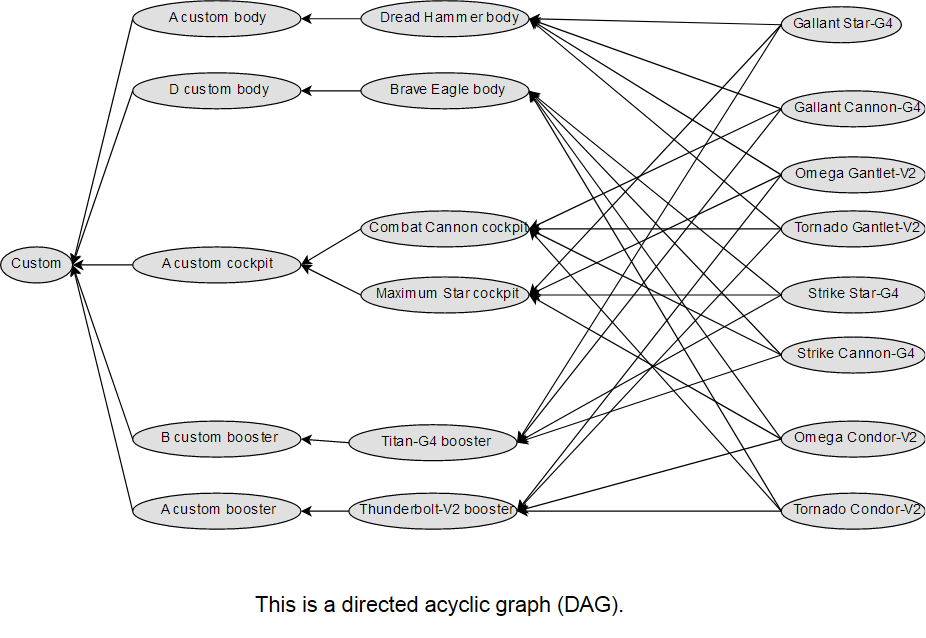
Earlier version of the draw.io export db-diagrams/filters-gx-machines_draw-io.png (JoselleAstrid/fzerocentral-design-docs). Source tidied: cells renumbered, new cells last; positions are measured from the earlier drawing's top-left corner, leaving out a move shared by most shapes. The source it was exported from:
```xml
<mxGraphModel>
  <root>
    <mxCell id="0" />
    <mxCell id="1" parent="0" />
    <mxCell id="2" style="edgeStyle=none;rounded=0;jettySize=auto;html=1;exitX=0;exitY=0.5;exitDx=0;exitDy=0;entryX=1;entryY=0.5;entryDx=0;entryDy=0;" parent="1" edge="1" source="4" target="36">
      <mxGeometry relative="1" as="geometry" />
    </mxCell>
    <mxCell id="3" style="edgeStyle=none;rounded=0;jettySize=auto;html=1;exitX=0;exitY=0.5;exitDx=0;exitDy=0;entryX=1;entryY=0.5;entryDx=0;entryDy=0;" parent="1" edge="1" source="4" target="38">
      <mxGeometry relative="1" as="geometry" />
    </mxCell>
    <mxCell id="4" value="&lt;div&gt;Gallant Star-G4&lt;/div&gt;" style="ellipse;whiteSpace=wrap;html=1;fillColor=#E0E0E0;" parent="1" vertex="1">
      <mxGeometry x="650" y="5" width="100" height="30" as="geometry" />
    </mxCell>
    <mxCell id="5" style="edgeStyle=none;rounded=0;jettySize=auto;html=1;exitX=0;exitY=0.5;exitDx=0;exitDy=0;entryX=1;entryY=0.5;entryDx=0;entryDy=0;" parent="1" edge="1" source="8" target="42">
      <mxGeometry relative="1" as="geometry" />
    </mxCell>
    <mxCell id="6" style="edgeStyle=none;rounded=0;jettySize=auto;html=1;exitX=0;exitY=0.5;exitDx=0;exitDy=0;entryX=1;entryY=0.5;entryDx=0;entryDy=0;" parent="1" edge="1" source="8" target="36">
      <mxGeometry relative="1" as="geometry" />
    </mxCell>
    <mxCell id="7" style="edgeStyle=none;rounded=0;jettySize=auto;html=1;exitX=0;exitY=0.5;exitDx=0;exitDy=0;entryX=1;entryY=0.5;entryDx=0;entryDy=0;" parent="1" edge="1" source="8" target="40">
      <mxGeometry relative="1" as="geometry" />
    </mxCell>
    <mxCell id="8" value="Omega Gantlet-V2" style="ellipse;whiteSpace=wrap;html=1;fillColor=#E0E0E0;" parent="1" vertex="1">
      <mxGeometry x="650" y="130" width="120" height="30" as="geometry" />
    </mxCell>
    <mxCell id="9" style="rounded=0;jettySize=auto;html=1;exitX=0;exitY=0.5;exitDx=0;exitDy=0;entryX=1;entryY=0.5;entryDx=0;entryDy=0;" parent="1" edge="1" source="12" target="42">
      <mxGeometry relative="1" as="geometry" />
    </mxCell>
    <mxCell id="10" style="edgeStyle=none;rounded=0;jettySize=auto;html=1;exitX=0;exitY=0.5;exitDx=0;exitDy=0;entryX=1;entryY=0.5;entryDx=0;entryDy=0;" parent="1" edge="1" source="12" target="34">
      <mxGeometry relative="1" as="geometry" />
    </mxCell>
    <mxCell id="11" style="edgeStyle=none;rounded=0;jettySize=auto;html=1;exitX=0;exitY=0.5;exitDx=0;exitDy=0;entryX=1;entryY=0.5;entryDx=0;entryDy=0;" parent="1" edge="1" source="12" target="38">
      <mxGeometry relative="1" as="geometry" />
    </mxCell>
    <mxCell id="12" value="&lt;div&gt;Gallant Cannon-G4&lt;/div&gt;" style="ellipse;whiteSpace=wrap;html=1;fillColor=#E0E0E0;" parent="1" vertex="1">
      <mxGeometry x="650" y="75" width="120" height="30" as="geometry" />
    </mxCell>
    <mxCell id="13" style="edgeStyle=none;rounded=0;jettySize=auto;html=1;exitX=0;exitY=0.5;exitDx=0;exitDy=0;entryX=1;entryY=0.5;entryDx=0;entryDy=0;" parent="1" edge="1" source="16" target="42">
      <mxGeometry relative="1" as="geometry" />
    </mxCell>
    <mxCell id="14" style="edgeStyle=none;rounded=0;jettySize=auto;html=1;exitX=0;exitY=0.5;exitDx=0;exitDy=0;entryX=1;entryY=0.5;entryDx=0;entryDy=0;" parent="1" edge="1" source="16" target="34">
      <mxGeometry relative="1" as="geometry" />
    </mxCell>
    <mxCell id="15" style="edgeStyle=none;rounded=0;jettySize=auto;html=1;exitX=0;exitY=0.5;exitDx=0;exitDy=0;entryX=1;entryY=0.5;entryDx=0;entryDy=0;" parent="1" edge="1" source="16" target="40">
      <mxGeometry relative="1" as="geometry" />
    </mxCell>
    <mxCell id="16" value="Tornado Gantlet-V2" style="ellipse;whiteSpace=wrap;html=1;fillColor=#E0E0E0;" parent="1" vertex="1">
      <mxGeometry x="650" y="175" width="120" height="30" as="geometry" />
    </mxCell>
    <mxCell id="17" style="edgeStyle=none;rounded=0;jettySize=auto;html=1;exitX=0;exitY=0.5;exitDx=0;exitDy=0;entryX=1;entryY=0.5;entryDx=0;entryDy=0;" parent="1" edge="1" source="20" target="44">
      <mxGeometry relative="1" as="geometry" />
    </mxCell>
    <mxCell id="18" style="edgeStyle=none;rounded=0;jettySize=auto;html=1;exitX=0;exitY=0.5;exitDx=0;exitDy=0;entryX=1;entryY=0.5;entryDx=0;entryDy=0;" parent="1" edge="1" source="20" target="34">
      <mxGeometry relative="1" as="geometry" />
    </mxCell>
    <mxCell id="19" style="edgeStyle=none;rounded=0;jettySize=auto;html=1;exitX=0;exitY=0.5;exitDx=0;exitDy=0;entryX=1;entryY=0.5;entryDx=0;entryDy=0;" parent="1" edge="1" source="20" target="40">
      <mxGeometry relative="1" as="geometry" />
    </mxCell>
    <mxCell id="20" value="Tornado Condor-V2" style="ellipse;whiteSpace=wrap;html=1;fillColor=#E0E0E0;" parent="1" vertex="1">
      <mxGeometry x="650" y="410" width="120" height="30" as="geometry" />
    </mxCell>
    <mxCell id="21" style="edgeStyle=none;rounded=0;jettySize=auto;html=1;exitX=0;exitY=0.5;exitDx=0;exitDy=0;entryX=1;entryY=0.5;entryDx=0;entryDy=0;" parent="1" edge="1" source="24" target="44">
      <mxGeometry relative="1" as="geometry" />
    </mxCell>
    <mxCell id="22" style="edgeStyle=none;rounded=0;jettySize=auto;html=1;exitX=0;exitY=0.5;exitDx=0;exitDy=0;entryX=1;entryY=0.5;entryDx=0;entryDy=0;" parent="1" edge="1" source="24" target="36">
      <mxGeometry relative="1" as="geometry" />
    </mxCell>
    <mxCell id="23" style="edgeStyle=none;rounded=0;jettySize=auto;html=1;exitX=0;exitY=0.5;exitDx=0;exitDy=0;entryX=1;entryY=0.5;entryDx=0;entryDy=0;" parent="1" edge="1" source="24" target="40">
      <mxGeometry relative="1" as="geometry" />
    </mxCell>
    <mxCell id="24" value="Omega Condor-V2" style="ellipse;whiteSpace=wrap;html=1;fillColor=#E0E0E0;" parent="1" vertex="1">
      <mxGeometry x="650" y="350" width="120" height="30" as="geometry" />
    </mxCell>
    <mxCell id="25" style="edgeStyle=none;rounded=0;jettySize=auto;html=1;exitX=0;exitY=0.5;exitDx=0;exitDy=0;entryX=1;entryY=0.5;entryDx=0;entryDy=0;" parent="1" edge="1" source="28" target="44">
      <mxGeometry relative="1" as="geometry" />
    </mxCell>
    <mxCell id="26" style="edgeStyle=none;rounded=0;jettySize=auto;html=1;exitX=0;exitY=0.5;exitDx=0;exitDy=0;entryX=1;entryY=0.5;entryDx=0;entryDy=0;" parent="1" edge="1" source="28" target="34">
      <mxGeometry relative="1" as="geometry" />
    </mxCell>
    <mxCell id="27" style="edgeStyle=none;rounded=0;jettySize=auto;html=1;exitX=0;exitY=0.5;exitDx=0;exitDy=0;entryX=1;entryY=0.5;entryDx=0;entryDy=0;" parent="1" edge="1" source="28" target="38">
      <mxGeometry relative="1" as="geometry" />
    </mxCell>
    <mxCell id="28" value="Strike Cannon-G4" style="ellipse;whiteSpace=wrap;html=1;fillColor=#E0E0E0;" parent="1" vertex="1">
      <mxGeometry x="650" y="280" width="120" height="30" as="geometry" />
    </mxCell>
    <mxCell id="29" style="edgeStyle=none;rounded=0;jettySize=auto;html=1;exitX=0;exitY=0.5;exitDx=0;exitDy=0;entryX=1;entryY=0.5;entryDx=0;entryDy=0;" parent="1" edge="1" source="32" target="44">
      <mxGeometry relative="1" as="geometry" />
    </mxCell>
    <mxCell id="30" style="edgeStyle=none;rounded=0;jettySize=auto;html=1;exitX=0;exitY=0.5;exitDx=0;exitDy=0;entryX=1;entryY=0.5;entryDx=0;entryDy=0;" parent="1" edge="1" source="32" target="36">
      <mxGeometry relative="1" as="geometry" />
    </mxCell>
    <mxCell id="31" style="edgeStyle=none;rounded=0;jettySize=auto;html=1;exitX=0;exitY=0.5;exitDx=0;exitDy=0;entryX=1;entryY=0.5;entryDx=0;entryDy=0;" parent="1" edge="1" source="32" target="38">
      <mxGeometry relative="1" as="geometry" />
    </mxCell>
    <mxCell id="32" value="Strike Star-G4" style="ellipse;whiteSpace=wrap;html=1;fillColor=#E0E0E0;" parent="1" vertex="1">
      <mxGeometry x="650" y="230" width="120" height="30" as="geometry" />
    </mxCell>
    <mxCell id="33" style="edgeStyle=none;rounded=0;jettySize=auto;html=1;exitX=0;exitY=0.5;exitDx=0;exitDy=0;entryX=1;entryY=0.5;entryDx=0;entryDy=0;" parent="1" edge="1" source="34" target="51">
      <mxGeometry relative="1" as="geometry" />
    </mxCell>
    <mxCell id="34" value="Combat Cannon cockpit" style="ellipse;whiteSpace=wrap;html=1;fillColor=#E0E0E0;" parent="1" vertex="1">
      <mxGeometry x="300" y="175" width="140" height="30" as="geometry" />
    </mxCell>
    <mxCell id="35" style="edgeStyle=none;rounded=0;jettySize=auto;html=1;exitX=0;exitY=0.5;exitDx=0;exitDy=0;entryX=1;entryY=0.5;entryDx=0;entryDy=0;" parent="1" edge="1" source="36" target="51">
      <mxGeometry relative="1" as="geometry" />
    </mxCell>
    <mxCell id="36" value="Maximum Star cockpit" style="ellipse;whiteSpace=wrap;html=1;fillColor=#E0E0E0;" parent="1" vertex="1">
      <mxGeometry x="300" y="230" width="140" height="30" as="geometry" />
    </mxCell>
    <mxCell id="37" style="edgeStyle=none;rounded=0;jettySize=auto;html=1;exitX=0;exitY=0.5;exitDx=0;exitDy=0;entryX=1;entryY=0.5;entryDx=0;entryDy=0;" parent="1" edge="1" source="38" target="53">
      <mxGeometry relative="1" as="geometry" />
    </mxCell>
    <mxCell id="38" value="Titan-G4 booster" style="ellipse;whiteSpace=wrap;html=1;fillColor=#E0E0E0;" parent="1" vertex="1">
      <mxGeometry x="290" y="353" width="140" height="30" as="geometry" />
    </mxCell>
    <mxCell id="39" style="edgeStyle=none;rounded=0;jettySize=auto;html=1;exitX=0;exitY=0.5;exitDx=0;exitDy=0;entryX=1;entryY=0.5;entryDx=0;entryDy=0;" parent="1" edge="1" source="40" target="55">
      <mxGeometry relative="1" as="geometry" />
    </mxCell>
    <mxCell id="40" value="Thunderbolt-V2 booster" style="ellipse;whiteSpace=wrap;html=1;fillColor=#E0E0E0;" parent="1" vertex="1">
      <mxGeometry x="290" y="410" width="140" height="30" as="geometry" />
    </mxCell>
    <mxCell id="41" style="edgeStyle=none;rounded=0;jettySize=auto;html=1;exitX=0;exitY=0.5;exitDx=0;exitDy=0;entryX=1;entryY=0.5;entryDx=0;entryDy=0;" parent="1" edge="1" source="42" target="47">
      <mxGeometry relative="1" as="geometry" />
    </mxCell>
    <mxCell id="42" value="Dread Hammer body" style="ellipse;whiteSpace=wrap;html=1;fillColor=#E0E0E0;" parent="1" vertex="1">
      <mxGeometry x="300" width="140" height="30" as="geometry" />
    </mxCell>
    <mxCell id="43" style="edgeStyle=none;rounded=0;jettySize=auto;html=1;exitX=0;exitY=0.5;exitDx=0;exitDy=0;entryX=1;entryY=0.5;entryDx=0;entryDy=0;" parent="1" edge="1" source="44" target="49">
      <mxGeometry relative="1" as="geometry" />
    </mxCell>
    <mxCell id="44" value="Brave Eagle body" style="ellipse;whiteSpace=wrap;html=1;fillColor=#E0E0E0;" parent="1" vertex="1">
      <mxGeometry x="300" y="60" width="140" height="30" as="geometry" />
    </mxCell>
    <mxCell id="45" style="endArrow=classic;html=1;exitX=0;exitY=0.5;exitDx=0;exitDy=0;entryX=1;entryY=0.5;entryDx=0;entryDy=0;" parent="1" edge="1" source="4" target="42">
      <mxGeometry relative="1" as="geometry" />
    </mxCell>
    <mxCell id="46" style="edgeStyle=none;rounded=0;jettySize=auto;html=1;exitX=0;exitY=0.5;exitDx=0;exitDy=0;entryX=1;entryY=0.5;entryDx=0;entryDy=0;" parent="1" edge="1" source="47" target="56">
      <mxGeometry relative="1" as="geometry" />
    </mxCell>
    <mxCell id="47" value="A custom body" style="ellipse;whiteSpace=wrap;html=1;fillColor=#E0E0E0;" parent="1" vertex="1">
      <mxGeometry x="110" width="140" height="30" as="geometry" />
    </mxCell>
    <mxCell id="48" style="edgeStyle=none;rounded=0;jettySize=auto;html=1;exitX=0;exitY=0.5;exitDx=0;exitDy=0;entryX=1;entryY=0.5;entryDx=0;entryDy=0;" parent="1" edge="1" source="49" target="56">
      <mxGeometry relative="1" as="geometry" />
    </mxCell>
    <mxCell id="49" value="&lt;div&gt;D custom body&lt;/div&gt;" style="ellipse;whiteSpace=wrap;html=1;fillColor=#E0E0E0;" parent="1" vertex="1">
      <mxGeometry x="110" y="60" width="140" height="30" as="geometry" />
    </mxCell>
    <mxCell id="50" style="edgeStyle=none;rounded=0;jettySize=auto;html=1;exitX=0;exitY=0.5;exitDx=0;exitDy=0;entryX=1;entryY=0.5;entryDx=0;entryDy=0;" parent="1" edge="1" source="51" target="56">
      <mxGeometry relative="1" as="geometry" />
    </mxCell>
    <mxCell id="51" value="A custom cockpit" style="ellipse;whiteSpace=wrap;html=1;fillColor=#E0E0E0;" parent="1" vertex="1">
      <mxGeometry x="110" y="205" width="140" height="30" as="geometry" />
    </mxCell>
    <mxCell id="52" style="edgeStyle=none;rounded=0;jettySize=auto;html=1;exitX=0;exitY=0.5;exitDx=0;exitDy=0;entryX=1;entryY=0.5;entryDx=0;entryDy=0;" parent="1" edge="1" source="53" target="56">
      <mxGeometry relative="1" as="geometry" />
    </mxCell>
    <mxCell id="53" value="B custom booster" style="ellipse;whiteSpace=wrap;html=1;fillColor=#E0E0E0;" parent="1" vertex="1">
      <mxGeometry x="110" y="350" width="140" height="30" as="geometry" />
    </mxCell>
    <mxCell id="54" style="edgeStyle=none;rounded=0;jettySize=auto;html=1;exitX=0;exitY=0.5;exitDx=0;exitDy=0;entryX=1;entryY=0.5;entryDx=0;entryDy=0;" parent="1" edge="1" source="55" target="56">
      <mxGeometry relative="1" as="geometry" />
    </mxCell>
    <mxCell id="55" value="A custom booster" style="ellipse;whiteSpace=wrap;html=1;fillColor=#E0E0E0;" parent="1" vertex="1">
      <mxGeometry x="110" y="410" width="140" height="30" as="geometry" />
    </mxCell>
    <mxCell id="56" value="Custom" style="ellipse;whiteSpace=wrap;html=1;fillColor=#E0E0E0;" parent="1" vertex="1">
      <mxGeometry y="205" width="60" height="30" as="geometry" />
    </mxCell>
    <mxCell id="57" value="&lt;font style=&quot;font-size: 18px&quot;&gt;This is a directed acyclic graph (DAG).&lt;br&gt;&lt;/font&gt;" style="text;html=1;strokeColor=none;fillColor=none;align=center;verticalAlign=middle;whiteSpace=wrap;rounded=0;" parent="1" vertex="1">
      <mxGeometry x="180" y="480" width="370" height="50" as="geometry" />
    </mxCell>
  </root>
</mxGraphModel>
```
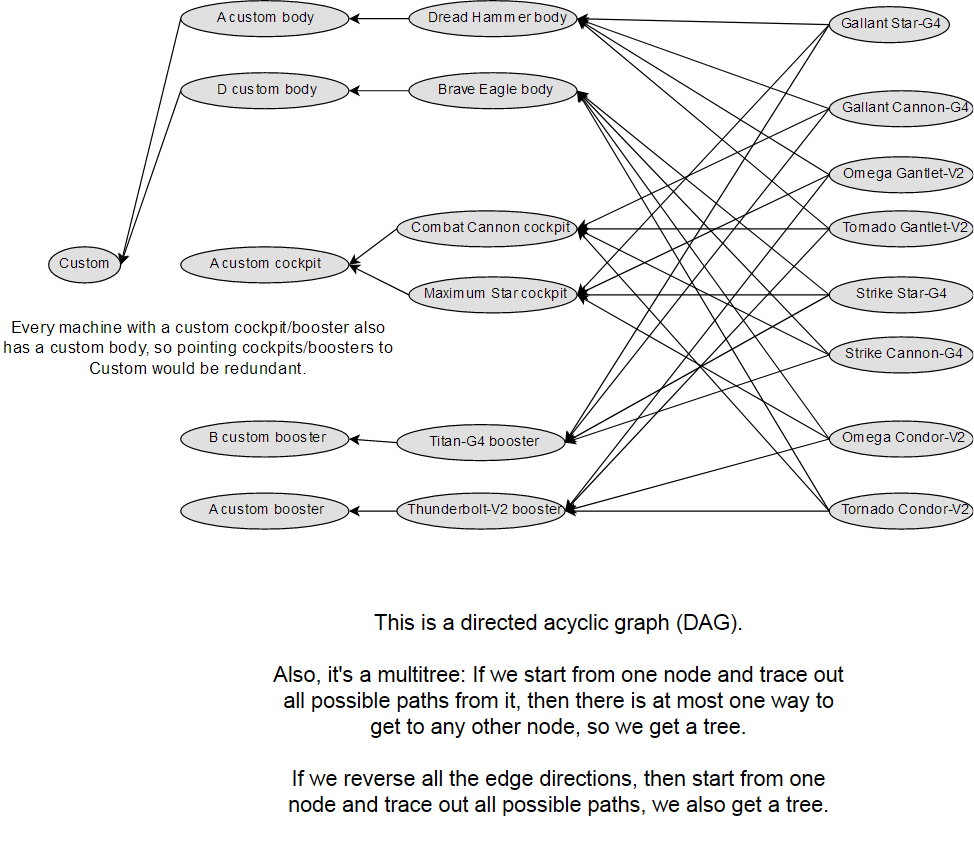
Above is the later version.

What changed in the source:
```diff
@@ -99,7 +99,7 @@
       <mxGeometry relative="1" as="geometry" />
     </mxCell>
     <mxCell id="34" value="Combat Cannon cockpit" style="ellipse;whiteSpace=wrap;html=1;fillColor=#E0E0E0;" parent="1" vertex="1">
-      <mxGeometry x="300" y="175" width="140" height="30" as="geometry" />
+      <mxGeometry x="290" y="175" width="150" height="30" as="geometry" />
     </mxCell>
     <mxCell id="35" style="edgeStyle=none;rounded=0;jettySize=auto;html=1;exitX=0;exitY=0.5;exitDx=0;exitDy=0;entryX=1;entryY=0.5;entryDx=0;entryDy=0;" parent="1" edge="1" source="36" target="51">
       <mxGeometry relative="1" as="geometry" />
@@ -146,29 +146,23 @@
     <mxCell id="49" value="&lt;div&gt;D custom body&lt;/div&gt;" style="ellipse;whiteSpace=wrap;html=1;fillColor=#E0E0E0;" parent="1" vertex="1">
       <mxGeometry x="110" y="60" width="140" height="30" as="geometry" />
     </mxCell>
-    <mxCell id="50" style="edgeStyle=none;rounded=0;jettySize=auto;html=1;exitX=0;exitY=0.5;exitDx=0;exitDy=0;entryX=1;entryY=0.5;entryDx=0;entryDy=0;" parent="1" edge="1" source="51" target="56">
-      <mxGeometry relative="1" as="geometry" />
-    </mxCell>
     <mxCell id="51" value="A custom cockpit" style="ellipse;whiteSpace=wrap;html=1;fillColor=#E0E0E0;" parent="1" vertex="1">
       <mxGeometry x="110" y="205" width="140" height="30" as="geometry" />
     </mxCell>
-    <mxCell id="52" style="edgeStyle=none;rounded=0;jettySize=auto;html=1;exitX=0;exitY=0.5;exitDx=0;exitDy=0;entryX=1;entryY=0.5;entryDx=0;entryDy=0;" parent="1" edge="1" source="53" target="56">
-      <mxGeometry relative="1" as="geometry" />
-    </mxCell>
     <mxCell id="53" value="B custom booster" style="ellipse;whiteSpace=wrap;html=1;fillColor=#E0E0E0;" parent="1" vertex="1">
       <mxGeometry x="110" y="350" width="140" height="30" as="geometry" />
     </mxCell>
-    <mxCell id="54" style="edgeStyle=none;rounded=0;jettySize=auto;html=1;exitX=0;exitY=0.5;exitDx=0;exitDy=0;entryX=1;entryY=0.5;entryDx=0;entryDy=0;" parent="1" edge="1" source="55" target="56">
-      <mxGeometry relative="1" as="geometry" />
-    </mxCell>
     <mxCell id="55" value="A custom booster" style="ellipse;whiteSpace=wrap;html=1;fillColor=#E0E0E0;" parent="1" vertex="1">
       <mxGeometry x="110" y="410" width="140" height="30" as="geometry" />
     </mxCell>
     <mxCell id="56" value="Custom" style="ellipse;whiteSpace=wrap;html=1;fillColor=#E0E0E0;" parent="1" vertex="1">
       <mxGeometry y="205" width="60" height="30" as="geometry" />
     </mxCell>
-    <mxCell id="57" value="&lt;font style=&quot;font-size: 18px&quot;&gt;This is a directed acyclic graph (DAG).&lt;br&gt;&lt;/font&gt;" style="text;html=1;strokeColor=none;fillColor=none;align=center;verticalAlign=middle;whiteSpace=wrap;rounded=0;" parent="1" vertex="1">
-      <mxGeometry x="180" y="480" width="370" height="50" as="geometry" />
+    <mxCell id="57" value="&lt;div&gt;&lt;font style=&quot;font-size: 18px&quot;&gt;This is a directed acyclic graph (DAG).&lt;br&gt;&lt;/font&gt;&lt;/div&gt;&lt;div&gt;&lt;font style=&quot;font-size: 18px&quot;&gt;&lt;br&gt;&lt;/font&gt;&lt;/div&gt;&lt;div&gt;&lt;font style=&quot;font-size: 18px&quot;&gt;Also, it's a multitree: If we start from one node and trace out all possible paths from it, then there is at most one way to get to any other node, so we get a tree.&lt;br&gt;&lt;/font&gt;&lt;/div&gt;&lt;div&gt;&lt;font style=&quot;font-size: 18px&quot;&gt;&lt;br&gt;&lt;/font&gt;&lt;/div&gt;&lt;div&gt;&lt;font style=&quot;font-size: 18px&quot;&gt;If we reverse all the edge directions, then start from one node and trace out all possible paths, we also get a tree.&lt;br&gt;&lt;/font&gt;&lt;/div&gt;" style="text;html=1;strokeColor=none;fillColor=none;align=center;verticalAlign=middle;whiteSpace=wrap;rounded=0;" parent="1" vertex="1">
+      <mxGeometry x="180" y="490" width="490" height="210" as="geometry" />
     </mxCell>
+    <mxCell id="58" value="&lt;font style=&quot;font-size: 14px&quot;&gt;Every machine with a custom cockpit/booster also has a custom body, so pointing cockpits/boosters to Custom would be redundant.&lt;br&gt;&lt;/font&gt;" style="text;html=1;strokeColor=none;fillColor=none;align=center;verticalAlign=middle;whiteSpace=wrap;rounded=0;" parent="1" vertex="1">
+      <mxGeometry x="-40" y="260" width="330" height="60" as="geometry" />
+    </mxCell>
   </root>
 </mxGraphModel>
```
